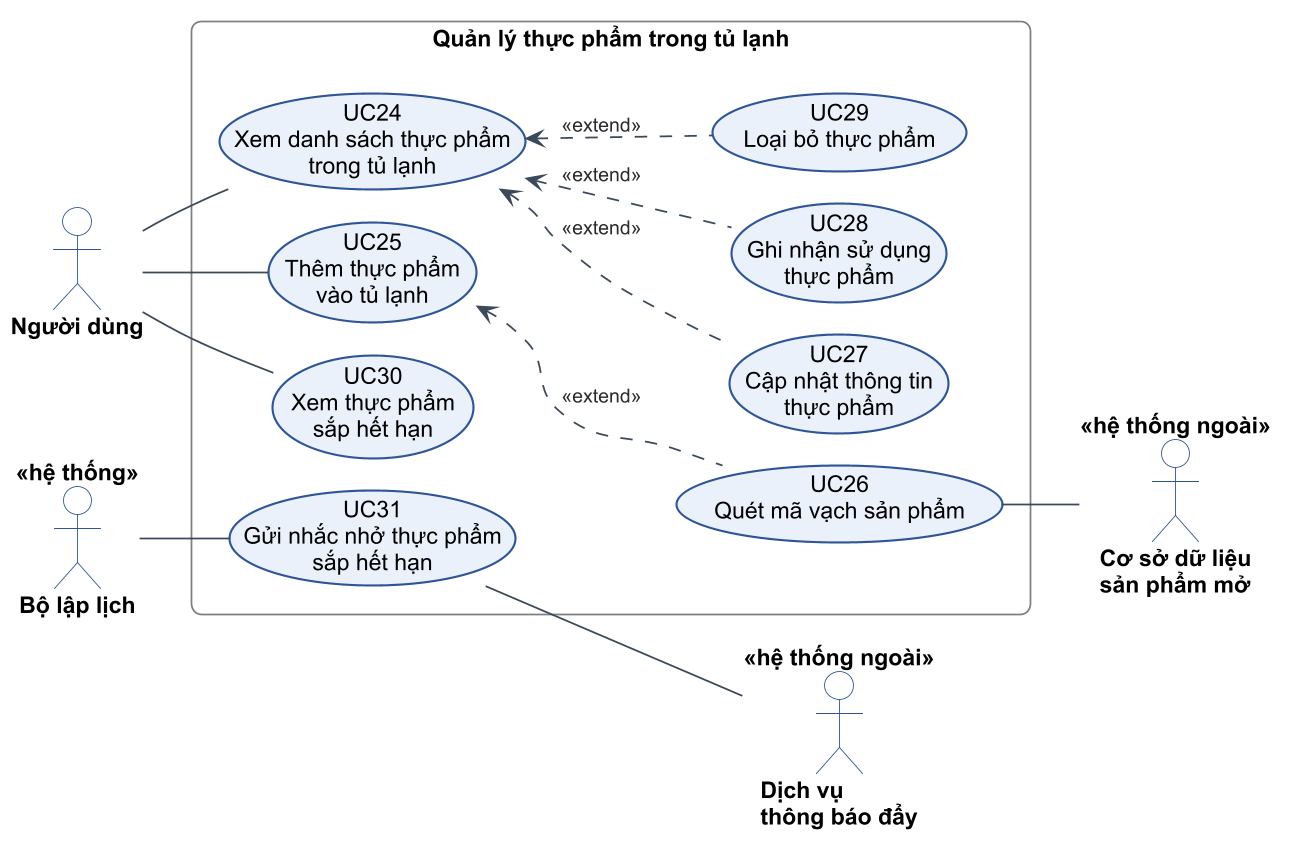
Above: figures/diagrams/c2-10-uc-tu-lanh.png in PhucNguyen204/report-project (PlantUML), before the change. Its diagram source:
```plantuml
@startuml c2-10-uc-tu-lanh
!include _style.iuml
left to right direction

actor "Người dùng" as U
actor "Bộ lập lịch" as CRON <<hệ thống>>
actor "Dịch vụ\nthông báo đẩy" as PUSH <<hệ thống ngoài>>
actor "Cơ sở dữ liệu\nsản phẩm mở" as BAR <<hệ thống ngoài>>

rectangle "Quản lý thực phẩm trong tủ lạnh" as B {
  usecase "UC24\nXem danh sách thực phẩm\ntrong tủ lạnh" as UC24
  usecase "UC25\nThêm thực phẩm\nvào tủ lạnh" as UC25
  usecase "UC30\nXem thực phẩm\nsắp hết hạn" as UC30
  usecase "UC31\nGửi nhắc nhở thực phẩm\nsắp hết hạn" as UC31
  usecase "UC27\nCập nhật thông tin\nthực phẩm" as UC27
  usecase "UC28\nGhi nhận sử dụng\nthực phẩm" as UC28
  usecase "UC29\nLoại bỏ thực phẩm" as UC29
  usecase "UC26\nQuét mã vạch sản phẩm" as UC26
}

U -- UC24
U -- UC25
U -- UC30
CRON -- UC31
UC24 <.. UC27 : <<extend>>
UC24 <.. UC28 : <<extend>>
UC24 <.. UC29 : <<extend>>
UC25 <.. UC26 : <<extend>>
UC26 -- BAR
UC31 -- PUSH
@enduml
```
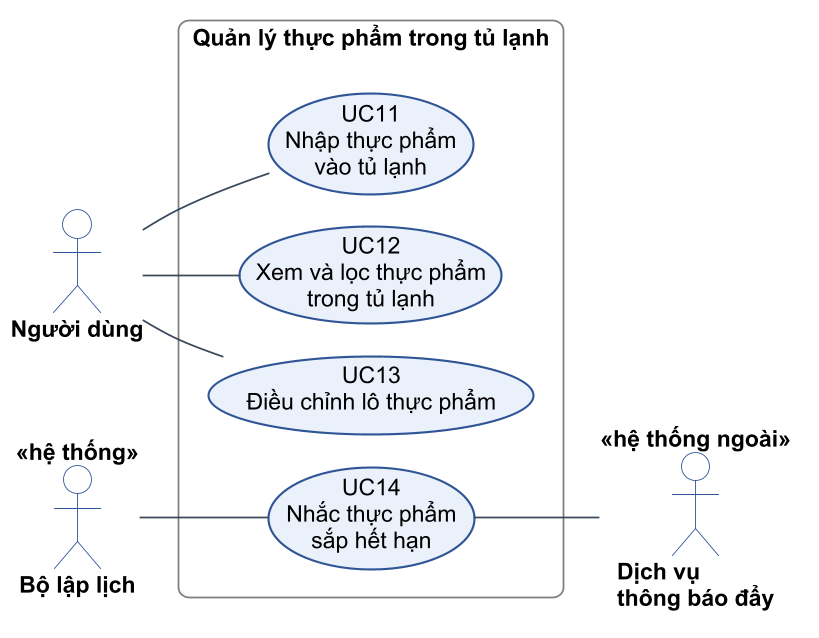
After the commit.

Change to the diagram source:
```diff
@@ -5,27 +5,17 @@
 actor "Người dùng" as U
 actor "Bộ lập lịch" as CRON <<hệ thống>>
 actor "Dịch vụ\nthông báo đẩy" as PUSH <<hệ thống ngoài>>
-actor "Cơ sở dữ liệu\nsản phẩm mở" as BAR <<hệ thống ngoài>>
 
 rectangle "Quản lý thực phẩm trong tủ lạnh" as B {
-  usecase "UC24\nXem danh sách thực phẩm\ntrong tủ lạnh" as UC24
-  usecase "UC25\nThêm thực phẩm\nvào tủ lạnh" as UC25
-  usecase "UC30\nXem thực phẩm\nsắp hết hạn" as UC30
-  usecase "UC31\nGửi nhắc nhở thực phẩm\nsắp hết hạn" as UC31
-  usecase "UC27\nCập nhật thông tin\nthực phẩm" as UC27
-  usecase "UC28\nGhi nhận sử dụng\nthực phẩm" as UC28
-  usecase "UC29\nLoại bỏ thực phẩm" as UC29
-  usecase "UC26\nQuét mã vạch sản phẩm" as UC26
+  usecase "UC11\nNhập thực phẩm\nvào tủ lạnh" as UC11
+  usecase "UC12\nXem và lọc thực phẩm\ntrong tủ lạnh" as UC12
+  usecase "UC13\nĐiều chỉnh lô thực phẩm" as UC13
+  usecase "UC14\nNhắc thực phẩm\nsắp hết hạn" as UC14
 }
 
-U -- UC24
-U -- UC25
-U -- UC30
-CRON -- UC31
-UC24 <.. UC27 : <<extend>>
-UC24 <.. UC28 : <<extend>>
-UC24 <.. UC29 : <<extend>>
-UC25 <.. UC26 : <<extend>>
-UC26 -- BAR
-UC31 -- PUSH
+U -- UC11
+U -- UC12
+U -- UC13
+CRON -- UC14
+UC14 -- PUSH
 @enduml
```
